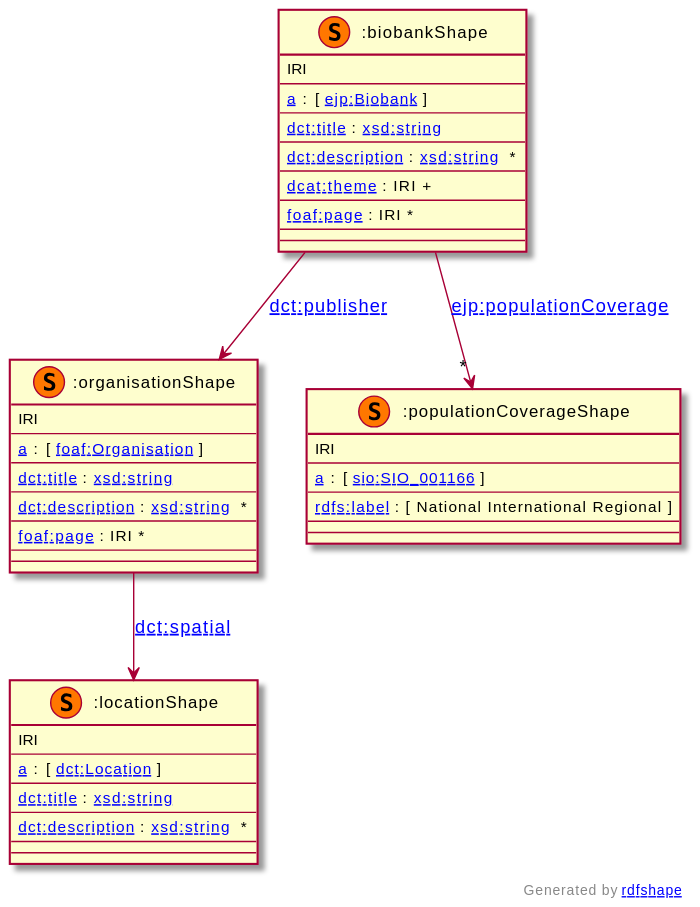
The PlantUML diagram images/shex/biobank.svg in ejp-rd-vp/resource-metadata-schema, before a commit.
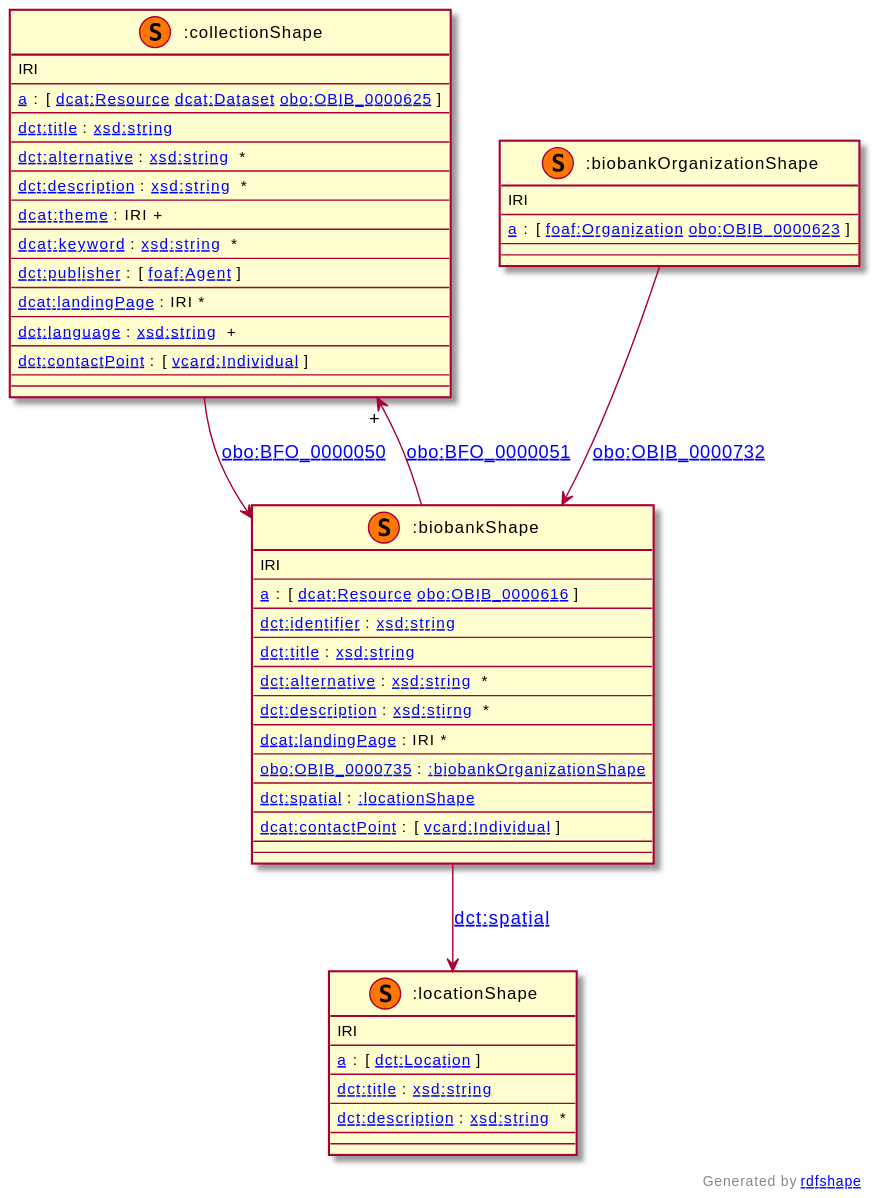
Later version of the same file.

Commit message:
feat: change of biobank resource to map MIABIS concepts

Diff of the diagram source:
```diff
@@ -1,20 +1,60 @@
 @startuml
-class ":biobankShape" as 0 <<(S,#FF7700)>> [[http://purl.org/ejp-rd/metadata-model/v1/shex/biobankShape :biobankShape]] {
+class ":collectionShape" as 0 <<(S,#FF7700)>> [[http://purl.org/ejp-rd/metadata-model/v1/shex/collectionShape :collectionShape]] {
 IRI
 --
-[[http://www.w3.org/1999/02/22-rdf-syntax-ns#type a]] : [ [[http://purl.org/ejp-rd/vocabulary/Biobank ejp:Biobank]] ]
+[[http://www.w3.org/1999/02/22-rdf-syntax-ns#type a]] : [ [[http://www.w3.org/ns/dcat#Resource dcat:Resource]] [[http://www.w3.org/ns/dcat#Dataset dcat:Dataset]] [[http://purl.obolibrary.org/obo/OBIB_0000625 obo:OBIB_0000625]] ]
 --
 [[http://purl.org/dc/terms/title dct:title]] : [[http://www.w3.org/2001/XMLSchema#string xsd:string]]
+--
+[[http://purl.org/dc/terms/alternative dct:alternative]] : [[http://www.w3.org/2001/XMLSchema#string xsd:string]]  *
 --
 [[http://purl.org/dc/terms/description dct:description]] : [[http://www.w3.org/2001/XMLSchema#string xsd:string]]  *
 --
 [[http://www.w3.org/ns/dcat#theme dcat:theme]] : IRI +
 --
-[[http://xmlns.com/foaf/0.1/page foaf:page]] : IRI *
+[[http://www.w3.org/ns/dcat#keyword dcat:keyword]] : [[http://www.w3.org/2001/XMLSchema#string xsd:string]]  *
+--
+[[http://purl.org/dc/terms/publisher dct:publisher]] : [ [[http://xmlns.com/foaf/0.1/Agent foaf:Agent]] ]
+--
+[[http://www.w3.org/ns/dcat#landingPage dcat:landingPage]] : IRI *
+--
+[[http://purl.org/dc/terms/language dct:language]] : [[http://www.w3.org/2001/XMLSchema#string xsd:string]]  +
+--
+[[http://purl.org/dc/terms/contactPoint dct:contactPoint]] : [ [[http://www.w3.org/2006/vcard/ns#Individual vcard:Individual]] ]
 --
 --
 }
-class ":locationShape" as 3 <<(S,#FF7700)>> [[http://purl.org/ejp-rd/metadata-model/v1/shex/locationShape :locationShape]] {
+class ":biobankShape" as 1 <<(S,#FF7700)>> [[http://purl.org/ejp-rd/metadata-model/v1/shex/biobankShape :biobankShape]] {
+IRI
+--
+[[http://www.w3.org/1999/02/22-rdf-syntax-ns#type a]] : [ [[http://www.w3.org/ns/dcat#Resource dcat:Resource]] [[http://purl.obolibrary.org/obo/OBIB_0000616 obo:OBIB_0000616]] ]
+--
+[[http://purl.org/dc/terms/identifier dct:identifier]] : [[http://www.w3.org/2001/XMLSchema#string xsd:string]]
+--
+[[http://purl.org/dc/terms/title dct:title]] : [[http://www.w3.org/2001/XMLSchema#string xsd:string]]
+--
+[[http://purl.org/dc/terms/alternative dct:alternative]] : [[http://www.w3.org/2001/XMLSchema#string xsd:string]]  *
+--
+[[http://purl.org/dc/terms/description dct:description]] : [[http://www.w3.org/2001/XMLSchema#stirng xsd:stirng]]  *
+--
+[[http://www.w3.org/ns/dcat#landingPage dcat:landingPage]] : IRI *
+--
+[[http://purl.obolibrary.org/obo/OBIB_0000735 obo:OBIB_0000735]] : [[http://purl.org/ejp-rd/metadata-model/v1/shex/biobankOrganizationShape :biobankOrganizationShape]]
+--
+[[http://purl.org/dc/terms/spatial dct:spatial]] : [[http://purl.org/ejp-rd/metadata-model/v1/shex/locationShape :locationShape]]
+--
+[[http://www.w3.org/ns/dcat#contactPoint dcat:contactPoint]] : [ [[http://www.w3.org/2006/vcard/ns#Individual vcard:Individual]] ]
+--
+--
+}
+class ":biobankOrganizationShape" as 3 <<(S,#FF7700)>> [[http://purl.org/ejp-rd/metadata-model/v1/shex/biobankOrganizationShape :biobankOrganizationShape]] {
+IRI
+--
+[[http://www.w3.org/1999/02/22-rdf-syntax-ns#type a]] : [ [[http://xmlns.com/foaf/0.1/Organization foaf:Organization]] [[http://purl.obolibrary.org/obo/OBIB_0000623 obo:OBIB_0000623]] ]
+--
+--
+}
+class ":locationShape" as 2 <<(S,#FF7700)>> [[http://purl.org/ejp-rd/metadata-model/v1/shex/locationShape :locationShape]] {
 IRI
 --
 [[http://www.w3.org/1999/02/22-rdf-syntax-ns#type a]] : [ [[http://purl.org/dc/terms/Location dct:Location]] ]
@@ -25,31 +65,10 @@
 --
 --
 }
-class ":organisationShape" as 1 <<(S,#FF7700)>> [[http://purl.org/ejp-rd/metadata-model/v1/shex/organisationShape :organisationShape]] {
-IRI
---
-[[http://www.w3.org/1999/02/22-rdf-syntax-ns#type a]] : [ [[http://xmlns.com/foaf/0.1/Organisation foaf:Organisation]] ]
---
-[[http://purl.org/dc/terms/title dct:title]] : [[http://www.w3.org/2001/XMLSchema#string xsd:string]]
---
-[[http://purl.org/dc/terms/description dct:description]] : [[http://www.w3.org/2001/XMLSchema#string xsd:string]]  *
---
-[[http://xmlns.com/foaf/0.1/page foaf:page]] : IRI *
---
---
-}
-class ":populationCoverageShape" as 2 <<(S,#FF7700)>> [[http://purl.org/ejp-rd/metadata-model/v1/shex/populationCoverageShape :populationCoverageShape]] {
-IRI
---
-[[http://www.w3.org/1999/02/22-rdf-syntax-ns#type a]] : [ [[http://semanticscience.org/resource/SIO_001166 sio:SIO_001166]] ]
---
-[[http://www.w3.org/2000/01/rdf-schema#label rdfs:label]] : [ National International Regional ]
---
---
-}
-1 --> " " 3 : [[http://purl.org/dc/terms/spatial dct:spatial]]
-0 --> "*" 2 : [[http://purl.org/ejp-rd/vocabulary/populationCoverage ejp:populationCoverage]]
-0 --> " " 1 : [[http://purl.org/dc/terms/publisher dct:publisher]]
+3 --> " " 1 : [[http://purl.obolibrary.org/obo/OBIB_0000732 obo:OBIB_0000732]]
+1 --> "+" 0 : [[http://purl.obolibrary.org/obo/BFO_0000051 obo:BFO_0000051]]
+1 --> " " 2 : [[http://purl.org/dc/terms/spatial dct:spatial]]
+0 --> " " 1 : [[http://purl.obolibrary.org/obo/BFO_0000050 obo:BFO_0000050]]
 
 right footer Generated by [[https://rdfshape.weso.es rdfshape]]
 @enduml
```
